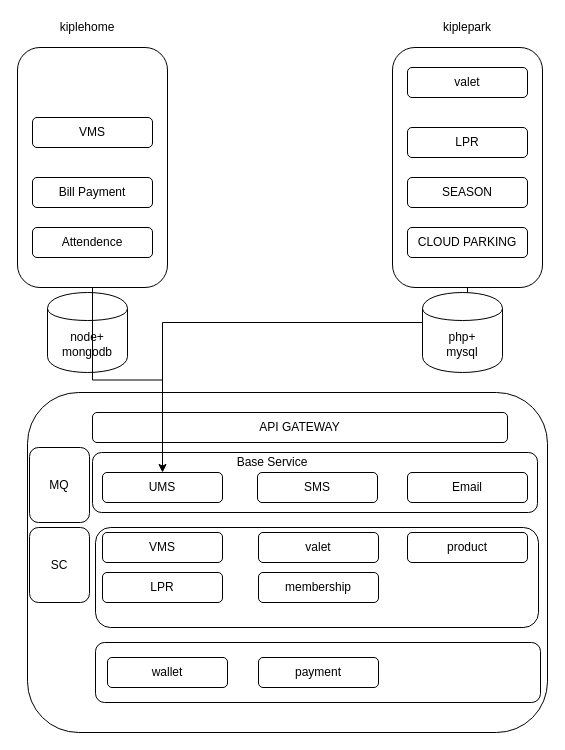
Earlier version of the draw.io diagram page "第 1 页" (1 of 2) of kipledoc.drawio (sevenDay2014/dtk). Source tidied: cells renumbered, new cells numbered last; positions are measured from the earlier drawing's top-left corner, leaving out a move shared by most shapes. Both pictures are drawn from the tidied source at 100%, with x=0, y=0 at pixel (17, 17).
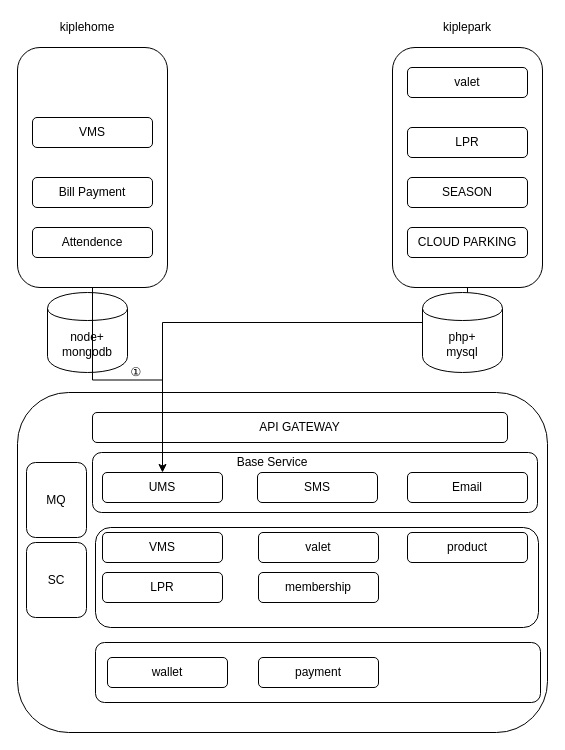
After the change.

The edit, as a diff of the source:
```diff
@@
     <mxCell id="14" style="rounded=1;whiteSpace=wrap;html=1;" parent="1" vertex="1">
-      <mxGeometry x="10" y="375" width="520" height="340" as="geometry" />
+      <mxGeometry y="375" width="530" height="340" as="geometry" />
     </mxCell>
@@
     <mxCell id="32" value="MQ" style="rounded=1;whiteSpace=wrap;html=1;" parent="1" vertex="1">
-      <mxGeometry x="12" y="430" width="60" height="75" as="geometry" />
+      <mxGeometry x="9" y="445" width="60" height="75" as="geometry" />
     </mxCell>
     <mxCell id="33" value="SC" style="rounded=1;whiteSpace=wrap;html=1;" parent="1" vertex="1">
-      <mxGeometry x="12" y="510" width="60" height="75" as="geometry" />
+      <mxGeometry x="9" y="525" width="60" height="75" as="geometry" />
     </mxCell>
@@
+    <mxCell id="35" value="①" style="text;html=1;strokeColor=none;fillColor=none;align=center;verticalAlign=middle;whiteSpace=wrap;rounded=0;labelBackgroundColor=none;fontColor=#000000;" parent="1" vertex="1">
+      <mxGeometry x="110" y="345" width="18" height="20" as="geometry" />
+    </mxCell>
```
